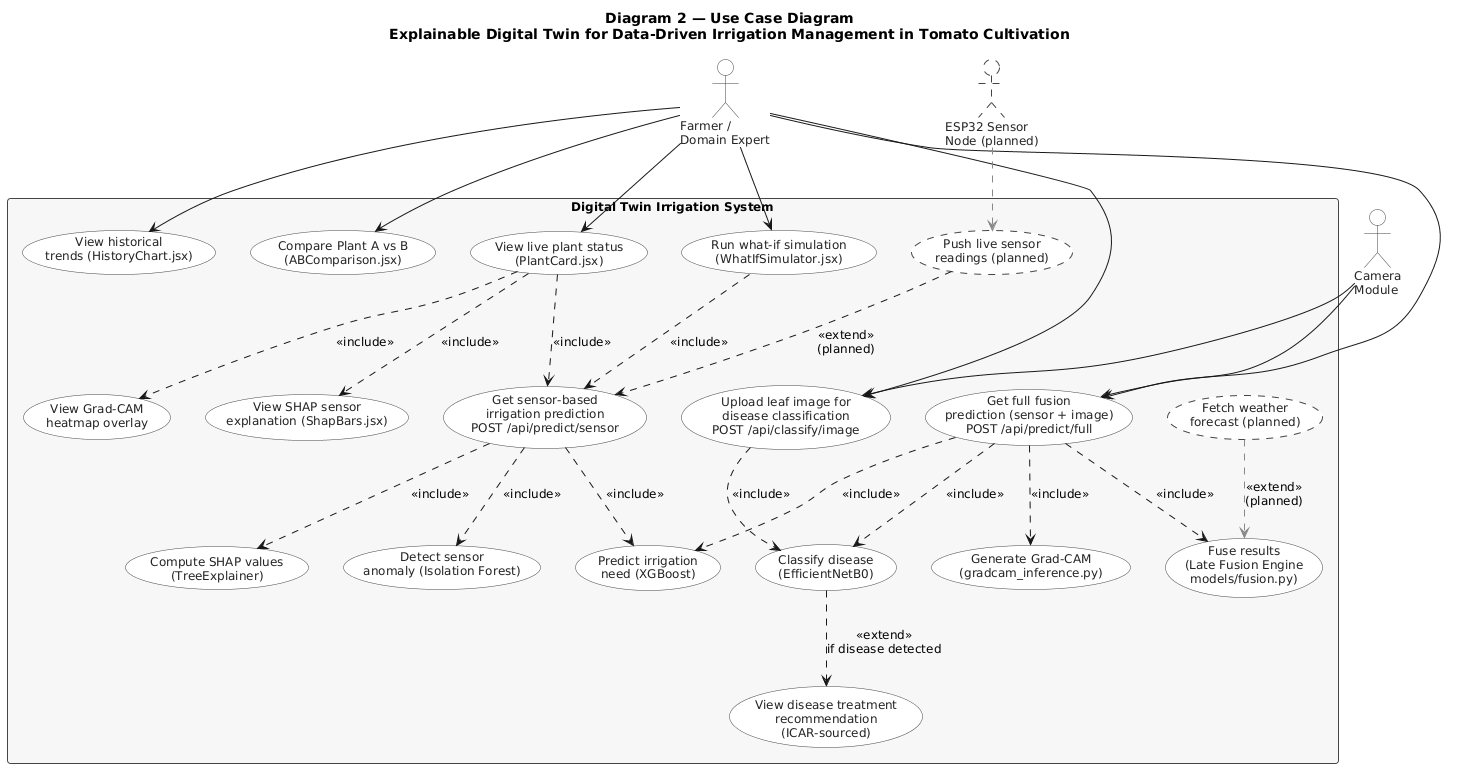
Before: docs/uml/02_use_case.png, a diagram exported from PlantUML (karthikG0017/An-Explainable-Digital-Twin-for-Data-Driven-Irrigation-Management-in-Tomato-Plant-Cultivation).
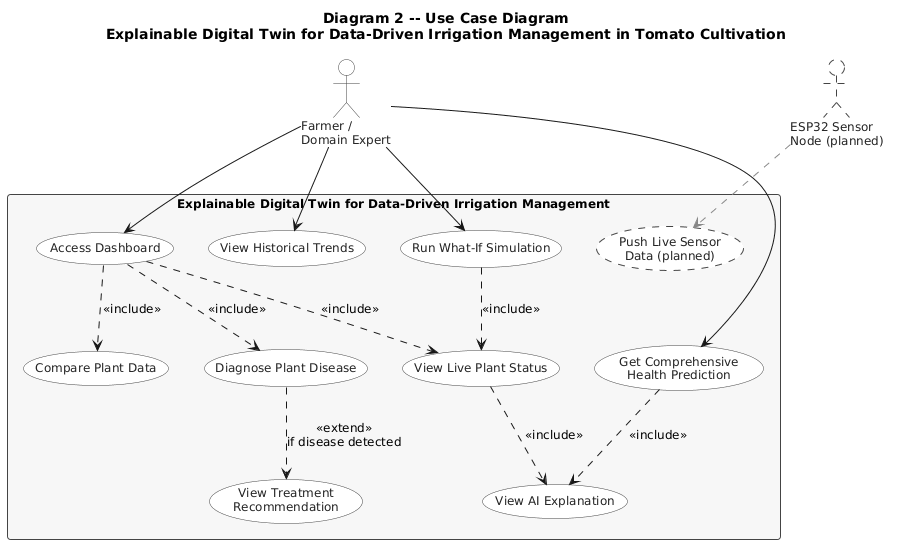
The same file after the commit.

Diff of the diagram source:
```diff
@@ -29,68 +29,45 @@
   FontSize 10
 }
 
-title <b>Diagram 2 — Use Case Diagram</b>\nExplainable Digital Twin for Data-Driven Irrigation Management in Tomato Cultivation
+title <b>Diagram 2 -- Use Case Diagram</b>\nExplainable Digital Twin for Data-Driven Irrigation Management in Tomato Cultivation
 
 actor "Farmer /\nDomain Expert" as FARMER
 actor "ESP32 Sensor\nNode (planned)" as ESP32 #white;line.dashed
-actor "Camera\nModule" as CAMERA
 
-rectangle "Digital Twin Irrigation System" as SYS {
+rectangle "Explainable Digital Twin for Data-Driven Irrigation Management" as SYS {
 
-  usecase "View live plant status\n(PlantCard.jsx)" as UC1
-  usecase "View historical\ntrends (HistoryChart.jsx)" as UC2
-  usecase "Compare Plant A vs B\n(ABComparison.jsx)" as UC3
+  usecase "Access Dashboard" as DASHBOARD
 
-  usecase "Get sensor-based\nirrigation prediction\nPOST /api/predict/sensor" as UC4
-  usecase "Upload leaf image for\ndisease classification\nPOST /api/classify/image" as UC5
-  usecase "Get full fusion\nprediction (sensor + image)\nPOST /api/predict/full" as UC6
+  usecase "View Live Plant Status" as UC_VIEW
+  usecase "Compare Plant Data" as UC_COMPARE
+  usecase "Diagnose Plant Disease" as UC_DIAGNOSE
 
-  usecase "View SHAP sensor\nexplanation (ShapBars.jsx)" as UC7
-  usecase "View Grad-CAM\nheatmap overlay" as UC8
-  usecase "View disease treatment\nrecommendation\n(ICAR-sourced)" as UC9
+  usecase "View Historical Trends" as UC_HISTORY
+  usecase "Run What-If Simulation" as UC_WHATIF
+  usecase "Get Comprehensive\nHealth Prediction" as UC_FULL
 
-  usecase "Run what-if simulation\n(WhatIfSimulator.jsx)" as UC10
+  usecase "View AI Explanation" as UC_EXPLAIN
 
-  usecase "Classify disease\n(EfficientNetB0)" as UC11
-  usecase "Predict irrigation\nneed (XGBoost)" as UC12
-  usecase "Detect sensor\nanomaly (Isolation Forest)" as UC13
-  usecase "Fuse results\n(Late Fusion Engine\nmodels/fusion.py)" as UC14
-  usecase "Compute SHAP values\n(TreeExplainer)" as UC15
-  usecase "Generate Grad-CAM\n(gradcam_inference.py)" as UC16
+  usecase "View Treatment\nRecommendation" as UC_TREAT
 
-  usecase "Push live sensor\nreadings (planned)" as UC17 #white;line.dashed
-  usecase "Fetch weather\nforecast (planned)" as UC18 #white;line.dashed
+  usecase "Push Live Sensor\nData (planned)" as UC_PUSH #white;line.dashed
 }
 
-FARMER --> UC1
-FARMER --> UC2
-FARMER --> UC3
-FARMER --> UC5
-FARMER --> UC10
-FARMER --> UC6
+FARMER --> DASHBOARD
+FARMER --> UC_HISTORY
+FARMER --> UC_WHATIF
+FARMER --> UC_FULL
 
-UC1 ..> UC4 : <<include>>
-UC1 ..> UC7 : <<include>>
-UC1 ..> UC8 : <<include>>
+DASHBOARD ..> UC_VIEW : <<include>>
+DASHBOARD ..> UC_COMPARE : <<include>>
+DASHBOARD ..> UC_DIAGNOSE : <<include>>
 
-UC4 ..> UC12 : <<include>>
-UC4 ..> UC13 : <<include>>
-UC4 ..> UC15 : <<include>>
+UC_FULL ..> UC_EXPLAIN : <<include>>
+UC_VIEW ..> UC_EXPLAIN : <<include>>
 
-UC5 ..> UC11 : <<include>>
-UC6 ..> UC12 : <<include>>
-UC6 ..> UC11 : <<include>>
-UC6 ..> UC14 : <<include>>
-UC6 ..> UC16 : <<include>>
+UC_WHATIF ..> UC_VIEW : <<include>>
 
-UC11 ..> UC9 : <<extend>>\nif disease detected
+UC_DIAGNOSE ..> UC_TREAT : <<extend>>\nif disease detected
 
-UC10 ..> UC4 : <<include>>
-
-ESP32 .[#888888,dashed].> UC17
-CAMERA --> UC5
-CAMERA --> UC6
-
-UC17 ..> UC4 : <<extend>>\n(planned)
-UC18 .[#888888,dashed].> UC14 : <<extend>>\n(planned)
+ESP32 .[#888888,dashed].> UC_PUSH
 @enduml
```
